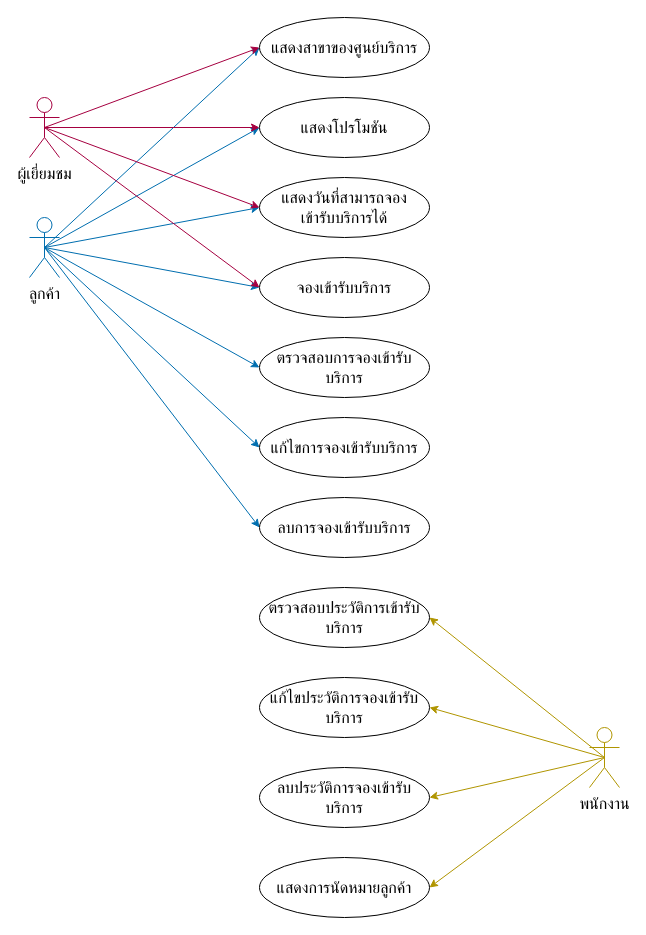
Earlier version of the draw.io diagram test.drawio (nuannim/tyre-out). Source tidied: cells renumbered, new cells numbered last; positions are measured from the earlier drawing's top-left corner, leaving out a move shared by most shapes. Both pictures are drawn from the tidied source at 100%, with x=0, y=0 at pixel (29, 17).
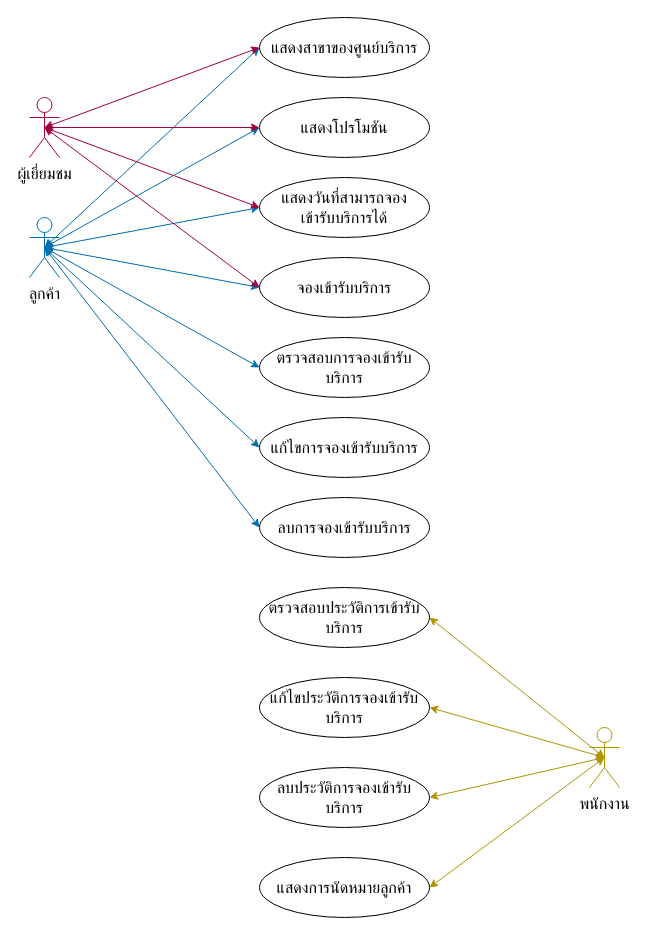
Above is the later version.

Unchanged cells that the change refers to:
```xml
<mxCell id="9" value="ลูกค้า" style="shape=umlActor;verticalLabelPosition=bottom;verticalAlign=top;html=1;outlineConnect=0;fillColor=none;fontColor=#000000;strokeColor=#006EAF;fontFamily=th sarabunPSK;fontSize=16;rounded=1;" parent="1" vertex="1">
  <mxGeometry y="200" width="30" height="60" as="geometry" />
</mxCell>
<mxCell id="14" value="ผู้เยี่ยมชม" style="shape=umlActor;verticalLabelPosition=bottom;verticalAlign=top;html=1;outlineConnect=0;fillColor=none;fontColor=#000000;strokeColor=#A50040;fontFamily=th sarabunPSK;fontSize=16;rounded=1;" parent="1" vertex="1">
  <mxGeometry y="80" width="30" height="60" as="geometry" />
</mxCell>
<mxCell id="19" value="พนักงาน" style="shape=umlActor;verticalLabelPosition=bottom;verticalAlign=top;html=1;outlineConnect=0;fillColor=none;fontColor=#000000;strokeColor=#B09500;fontFamily=th sarabunPSK;fontSize=16;rounded=1;" parent="1" vertex="1">
  <mxGeometry x="560" y="710" width="30" height="60" as="geometry" />
</mxCell>
<mxCell id="20" value="จองเข้ารับบริการ" style="ellipse;whiteSpace=wrap;html=1;fontFamily=th sarabunPSK;fontSize=16;rounded=1;" parent="1" vertex="1">
  <mxGeometry x="230" y="240" width="170" height="60" as="geometry" />
</mxCell>
<mxCell id="21" value="ตรวจสอบการจองเข้ารับบริการ" style="ellipse;whiteSpace=wrap;html=1;fontFamily=th sarabunPSK;fontSize=16;rounded=1;" parent="1" vertex="1">
  <mxGeometry x="230" y="320" width="170" height="60" as="geometry" />
</mxCell>
<mxCell id="22" value="แก้ไขการจองเข้ารับบริการ" style="ellipse;whiteSpace=wrap;html=1;fontFamily=th sarabunPSK;fontSize=16;rounded=1;" parent="1" vertex="1">
  <mxGeometry x="230" y="400" width="170" height="60" as="geometry" />
</mxCell>
<mxCell id="23" value="ลบการจองเข้ารับบริการ" style="ellipse;whiteSpace=wrap;html=1;fontFamily=th sarabunPSK;fontSize=16;rounded=1;" parent="1" vertex="1">
  <mxGeometry x="230" y="480" width="170" height="60" as="geometry" />
</mxCell>
<mxCell id="24" value="ตรวจสอบประวัติการเข้ารับบริการ" style="ellipse;whiteSpace=wrap;html=1;fontFamily=th sarabunPSK;fontSize=16;rounded=1;" parent="1" vertex="1">
  <mxGeometry x="230" y="570" width="170" height="60" as="geometry" />
</mxCell>
<mxCell id="25" value="แก้ไขประวัติการจองเข้ารับบริการ" style="ellipse;whiteSpace=wrap;html=1;fontFamily=th sarabunPSK;fontSize=16;rounded=1;" parent="1" vertex="1">
  <mxGeometry x="230" y="660" width="170" height="60" as="geometry" />
</mxCell>
<mxCell id="26" value="ลบประวัติการจองเข้ารับบริการ" style="ellipse;whiteSpace=wrap;html=1;fontFamily=th sarabunPSK;fontSize=16;rounded=1;" parent="1" vertex="1">
  <mxGeometry x="230" y="750" width="170" height="60" as="geometry" />
</mxCell>
<mxCell id="27" value="แสดงการนัดหมายลูกค้า" style="ellipse;whiteSpace=wrap;html=1;fontFamily=th sarabunPSK;fontSize=16;rounded=1;" parent="1" vertex="1">
  <mxGeometry x="230" y="840" width="170" height="60" as="geometry" />
</mxCell>
<mxCell id="28" value="แสดงสาขาของศูนย์บริการ" style="ellipse;whiteSpace=wrap;html=1;fontFamily=th sarabunPSK;fontSize=16;rounded=1;" parent="1" vertex="1">
  <mxGeometry x="230" width="170" height="60" as="geometry" />
</mxCell>
<mxCell id="29" value="แสดงโปรโมชัน" style="ellipse;whiteSpace=wrap;html=1;fontFamily=th sarabunPSK;fontSize=16;rounded=1;" parent="1" vertex="1">
  <mxGeometry x="230" y="80" width="170" height="60" as="geometry" />
</mxCell>
<mxCell id="30" value="แสดงวันที่สามารถจอง&lt;br&gt;เข้ารับบริการได้" style="ellipse;whiteSpace=wrap;html=1;fontFamily=th sarabunPSK;fontSize=16;rounded=1;" parent="1" vertex="1">
  <mxGeometry x="230" y="160" width="170" height="60" as="geometry" />
</mxCell>
```

Diff of the diagram source:
```diff
@@
-    <mxCell id="2" style="edgeStyle=none;html=1;entryX=0;entryY=0.5;entryDx=0;entryDy=0;exitX=0.5;exitY=0.5;exitDx=0;exitDy=0;exitPerimeter=0;fillColor=#1ba1e2;strokeColor=#006EAF;fontFamily=th sarabunPSK;fontSize=16;rounded=1;" parent="1" edge="1" source="9" target="20">
+    <mxCell id="2" style="edgeStyle=none;html=1;entryX=0;entryY=0.5;entryDx=0;entryDy=0;exitX=0.5;exitY=0.5;exitDx=0;exitDy=0;exitPerimeter=0;fillColor=#1ba1e2;strokeColor=#006EAF;fontFamily=th sarabunPSK;fontSize=16;rounded=1;startArrow=classic;startFill=1;" parent="1" edge="1" source="9" target="20">
       <mxGeometry relative="1" as="geometry" />
     </mxCell>
-    <mxCell id="3" style="edgeStyle=none;html=1;entryX=0;entryY=0.5;entryDx=0;entryDy=0;exitX=0.5;exitY=0.5;exitDx=0;exitDy=0;exitPerimeter=0;fillColor=#1ba1e2;strokeColor=#006EAF;fontFamily=th sarabunPSK;fontSize=16;rounded=1;" parent="1" edge="1" source="9" target="21">
+    <mxCell id="3" style="edgeStyle=none;html=1;entryX=0;entryY=0.5;entryDx=0;entryDy=0;exitX=0.5;exitY=0.5;exitDx=0;exitDy=0;exitPerimeter=0;fillColor=#1ba1e2;strokeColor=#006EAF;fontFamily=th sarabunPSK;fontSize=16;rounded=1;startArrow=classic;startFill=1;" parent="1" edge="1" source="9" target="21">
       <mxGeometry relative="1" as="geometry" />
     </mxCell>
-    <mxCell id="4" style="edgeStyle=none;html=1;entryX=0;entryY=0.5;entryDx=0;entryDy=0;exitX=0.5;exitY=0.5;exitDx=0;exitDy=0;exitPerimeter=0;fillColor=#1ba1e2;strokeColor=#006EAF;fontFamily=th sarabunPSK;fontSize=16;rounded=1;" parent="1" edge="1" source="9" target="22">
+    <mxCell id="4" style="edgeStyle=none;html=1;entryX=0;entryY=0.5;entryDx=0;entryDy=0;exitX=0.5;exitY=0.5;exitDx=0;exitDy=0;exitPerimeter=0;fillColor=#1ba1e2;strokeColor=#006EAF;fontFamily=th sarabunPSK;fontSize=16;rounded=1;startArrow=classic;startFill=1;" parent="1" edge="1" source="9" target="22">
       <mxGeometry relative="1" as="geometry" />
     </mxCell>
-    <mxCell id="5" style="edgeStyle=none;html=1;entryX=0;entryY=0.5;entryDx=0;entryDy=0;exitX=0.5;exitY=0.5;exitDx=0;exitDy=0;exitPerimeter=0;fillColor=#1ba1e2;strokeColor=#006EAF;fontFamily=th sarabunPSK;fontSize=16;rounded=1;" parent="1" edge="1" source="9" target="23">
+    <mxCell id="5" style="edgeStyle=none;html=1;entryX=0;entryY=0.5;entryDx=0;entryDy=0;exitX=0.5;exitY=0.5;exitDx=0;exitDy=0;exitPerimeter=0;fillColor=#1ba1e2;strokeColor=#006EAF;fontFamily=th sarabunPSK;fontSize=16;rounded=1;startArrow=classic;startFill=1;" parent="1" edge="1" source="9" target="23">
       <mxGeometry relative="1" as="geometry" />
     </mxCell>
-    <mxCell id="6" style="edgeStyle=none;html=1;exitX=0.5;exitY=0.5;exitDx=0;exitDy=0;exitPerimeter=0;entryX=0;entryY=0.5;entryDx=0;entryDy=0;fillColor=#1ba1e2;strokeColor=#006EAF;fontFamily=th sarabunPSK;fontSize=16;rounded=1;" parent="1" edge="1" source="9" target="28">
+    <mxCell id="6" style="edgeStyle=none;html=1;exitX=0.5;exitY=0.5;exitDx=0;exitDy=0;exitPerimeter=0;entryX=0;entryY=0.5;entryDx=0;entryDy=0;fillColor=#1ba1e2;strokeColor=#006EAF;fontFamily=th sarabunPSK;fontSize=16;rounded=1;startArrow=classic;startFill=1;" parent="1" edge="1" source="9" target="28">
       <mxGeometry relative="1" as="geometry" />
     </mxCell>
-    <mxCell id="7" style="edgeStyle=none;html=1;exitX=0.5;exitY=0.5;exitDx=0;exitDy=0;exitPerimeter=0;entryX=0;entryY=0.5;entryDx=0;entryDy=0;fillColor=#1ba1e2;strokeColor=#006EAF;fontFamily=th sarabunPSK;fontSize=16;rounded=1;" parent="1" edge="1" source="9" target="29">
+    <mxCell id="7" style="edgeStyle=none;html=1;exitX=0.5;exitY=0.5;exitDx=0;exitDy=0;exitPerimeter=0;entryX=0;entryY=0.5;entryDx=0;entryDy=0;fillColor=#1ba1e2;strokeColor=#006EAF;fontFamily=th sarabunPSK;fontSize=16;rounded=1;startArrow=classic;startFill=1;" parent="1" edge="1" source="9" target="29">
       <mxGeometry relative="1" as="geometry" />
     </mxCell>
-    <mxCell id="8" style="edgeStyle=none;html=1;exitX=0.5;exitY=0.5;exitDx=0;exitDy=0;exitPerimeter=0;entryX=0;entryY=0.5;entryDx=0;entryDy=0;fillColor=#1ba1e2;strokeColor=#006EAF;" parent="1" edge="1" source="9" target="30">
+    <mxCell id="8" style="edgeStyle=none;html=1;exitX=0.5;exitY=0.5;exitDx=0;exitDy=0;exitPerimeter=0;entryX=0;entryY=0.5;entryDx=0;entryDy=0;fillColor=#1ba1e2;strokeColor=#006EAF;startArrow=classic;startFill=1;" parent="1" edge="1" source="9" target="30">
       <mxGeometry relative="1" as="geometry" />
     </mxCell>
@@
-    <mxCell id="10" style="edgeStyle=none;html=1;entryX=0;entryY=0.5;entryDx=0;entryDy=0;exitX=0.5;exitY=0.5;exitDx=0;exitDy=0;exitPerimeter=0;fillColor=#d80073;strokeColor=#A50040;fontFamily=th sarabunPSK;fontSize=16;rounded=1;" parent="1" edge="1" source="14" target="20">
+    <mxCell id="10" style="edgeStyle=none;html=1;entryX=0;entryY=0.5;entryDx=0;entryDy=0;exitX=0.5;exitY=0.5;exitDx=0;exitDy=0;exitPerimeter=0;fillColor=#d80073;strokeColor=#A50040;fontFamily=th sarabunPSK;fontSize=16;rounded=1;startArrow=classic;startFill=1;" parent="1" edge="1" source="14" target="20">
       <mxGeometry relative="1" as="geometry" />
     </mxCell>
-    <mxCell id="11" style="edgeStyle=none;html=1;exitX=0.5;exitY=0.5;exitDx=0;exitDy=0;exitPerimeter=0;fillColor=#d80073;strokeColor=#A50040;fontFamily=th sarabunPSK;fontSize=16;rounded=1;entryX=0;entryY=0.5;entryDx=0;entryDy=0;" parent="1" edge="1" source="14" target="28">
+    <mxCell id="11" style="edgeStyle=none;html=1;exitX=0.5;exitY=0.5;exitDx=0;exitDy=0;exitPerimeter=0;fillColor=#d80073;strokeColor=#A50040;fontFamily=th sarabunPSK;fontSize=16;rounded=1;entryX=0;entryY=0.5;entryDx=0;entryDy=0;startArrow=classic;startFill=1;" parent="1" edge="1" source="14" target="28">
       <mxGeometry relative="1" as="geometry" />
     </mxCell>
-    <mxCell id="12" style="edgeStyle=none;html=1;exitX=0.5;exitY=0.5;exitDx=0;exitDy=0;exitPerimeter=0;entryX=0;entryY=0.5;entryDx=0;entryDy=0;fillColor=#d80073;strokeColor=#A50040;fontFamily=th sarabunPSK;fontSize=16;rounded=1;" parent="1" edge="1" source="14" target="29">
+    <mxCell id="12" style="edgeStyle=none;html=1;exitX=0.5;exitY=0.5;exitDx=0;exitDy=0;exitPerimeter=0;entryX=0;entryY=0.5;entryDx=0;entryDy=0;fillColor=#d80073;strokeColor=#A50040;fontFamily=th sarabunPSK;fontSize=16;rounded=1;startArrow=classic;startFill=1;" parent="1" edge="1" source="14" target="29">
       <mxGeometry relative="1" as="geometry" />
     </mxCell>
-    <mxCell id="13" style="edgeStyle=none;html=1;exitX=0.5;exitY=0.5;exitDx=0;exitDy=0;exitPerimeter=0;entryX=0;entryY=0.5;entryDx=0;entryDy=0;fillColor=#d80073;strokeColor=#A50040;" parent="1" edge="1" source="14" target="30">
+    <mxCell id="13" style="edgeStyle=none;html=1;exitX=0.5;exitY=0.5;exitDx=0;exitDy=0;exitPerimeter=0;entryX=0;entryY=0.5;entryDx=0;entryDy=0;fillColor=#d80073;strokeColor=#A50040;startArrow=classic;startFill=1;" parent="1" edge="1" source="14" target="30">
       <mxGeometry relative="1" as="geometry" />
     </mxCell>
@@
-    <mxCell id="15" style="edgeStyle=none;html=1;exitX=0.5;exitY=0.5;exitDx=0;exitDy=0;exitPerimeter=0;entryX=1;entryY=0.5;entryDx=0;entryDy=0;fillColor=#e3c800;strokeColor=#B09500;fontFamily=th sarabunPSK;fontSize=16;rounded=1;" parent="1" edge="1" source="19" target="24">
+    <mxCell id="15" style="edgeStyle=none;html=1;exitX=0.5;exitY=0.5;exitDx=0;exitDy=0;exitPerimeter=0;entryX=1;entryY=0.5;entryDx=0;entryDy=0;fillColor=#e3c800;strokeColor=#B09500;fontFamily=th sarabunPSK;fontSize=16;rounded=1;startArrow=classic;startFill=1;" parent="1" edge="1" source="19" target="24">
       <mxGeometry relative="1" as="geometry" />
     </mxCell>
-    <mxCell id="16" style="edgeStyle=none;html=1;exitX=0.5;exitY=0.5;exitDx=0;exitDy=0;exitPerimeter=0;entryX=1;entryY=0.5;entryDx=0;entryDy=0;fillColor=#e3c800;strokeColor=#B09500;fontFamily=th sarabunPSK;fontSize=16;rounded=1;" parent="1" edge="1" source="19" target="25">
+    <mxCell id="16" style="edgeStyle=none;html=1;exitX=0.5;exitY=0.5;exitDx=0;exitDy=0;exitPerimeter=0;entryX=1;entryY=0.5;entryDx=0;entryDy=0;fillColor=#e3c800;strokeColor=#B09500;fontFamily=th sarabunPSK;fontSize=16;rounded=1;startArrow=classic;startFill=1;" parent="1" edge="1" source="19" target="25">
       <mxGeometry relative="1" as="geometry" />
     </mxCell>
-    <mxCell id="17" style="edgeStyle=none;html=1;exitX=0.5;exitY=0.5;exitDx=0;exitDy=0;exitPerimeter=0;entryX=1;entryY=0.5;entryDx=0;entryDy=0;fillColor=#e3c800;strokeColor=#B09500;fontFamily=th sarabunPSK;fontSize=16;rounded=1;" parent="1" edge="1" source="19" target="26">
+    <mxCell id="17" style="edgeStyle=none;html=1;exitX=0.5;exitY=0.5;exitDx=0;exitDy=0;exitPerimeter=0;entryX=1;entryY=0.5;entryDx=0;entryDy=0;fillColor=#e3c800;strokeColor=#B09500;fontFamily=th sarabunPSK;fontSize=16;rounded=1;startArrow=classic;startFill=1;" parent="1" edge="1" source="19" target="26">
       <mxGeometry relative="1" as="geometry" />
     </mxCell>
-    <mxCell id="18" style="edgeStyle=none;html=1;exitX=0.5;exitY=0.5;exitDx=0;exitDy=0;exitPerimeter=0;entryX=1;entryY=0.5;entryDx=0;entryDy=0;fillColor=#e3c800;strokeColor=#B09500;fontFamily=th sarabunPSK;fontSize=16;rounded=1;" parent="1" edge="1" source="19" target="27">
+    <mxCell id="18" style="edgeStyle=none;html=1;exitX=0.5;exitY=0.5;exitDx=0;exitDy=0;exitPerimeter=0;entryX=1;entryY=0.5;entryDx=0;entryDy=0;fillColor=#e3c800;strokeColor=#B09500;fontFamily=th sarabunPSK;fontSize=16;rounded=1;startArrow=classic;startFill=1;" parent="1" edge="1" source="19" target="27">
       <mxGeometry relative="1" as="geometry" />
     </mxCell>
```
